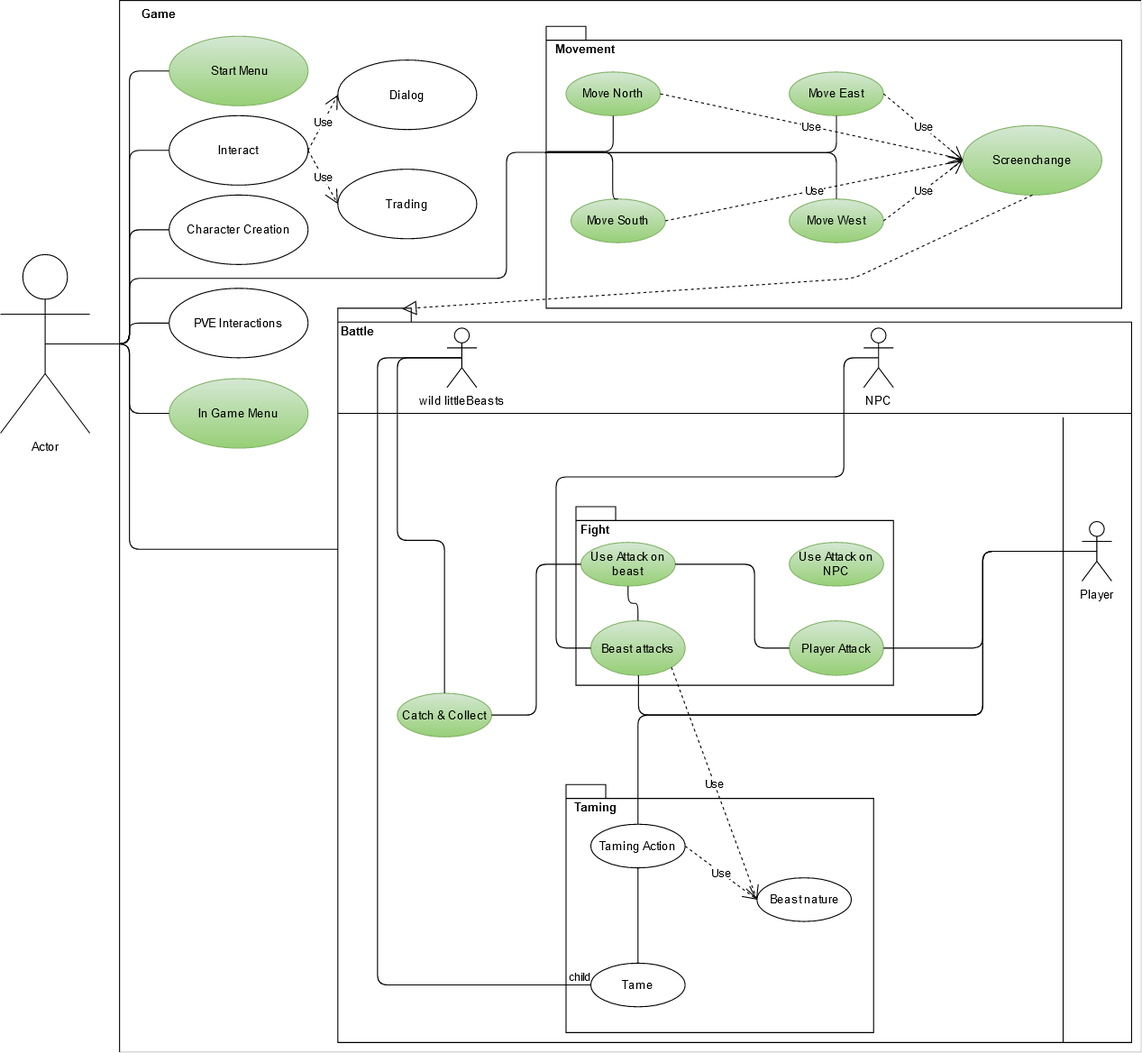
LittleBeasts/documentation keeps this draw.io diagram as useCases/diagrams/use_cases.png. Above is the earlier version. Source tidied: cells renumbered, new cells last; positions are measured from the earlier drawing's top-left corner, leaving out a move shared by most shapes.
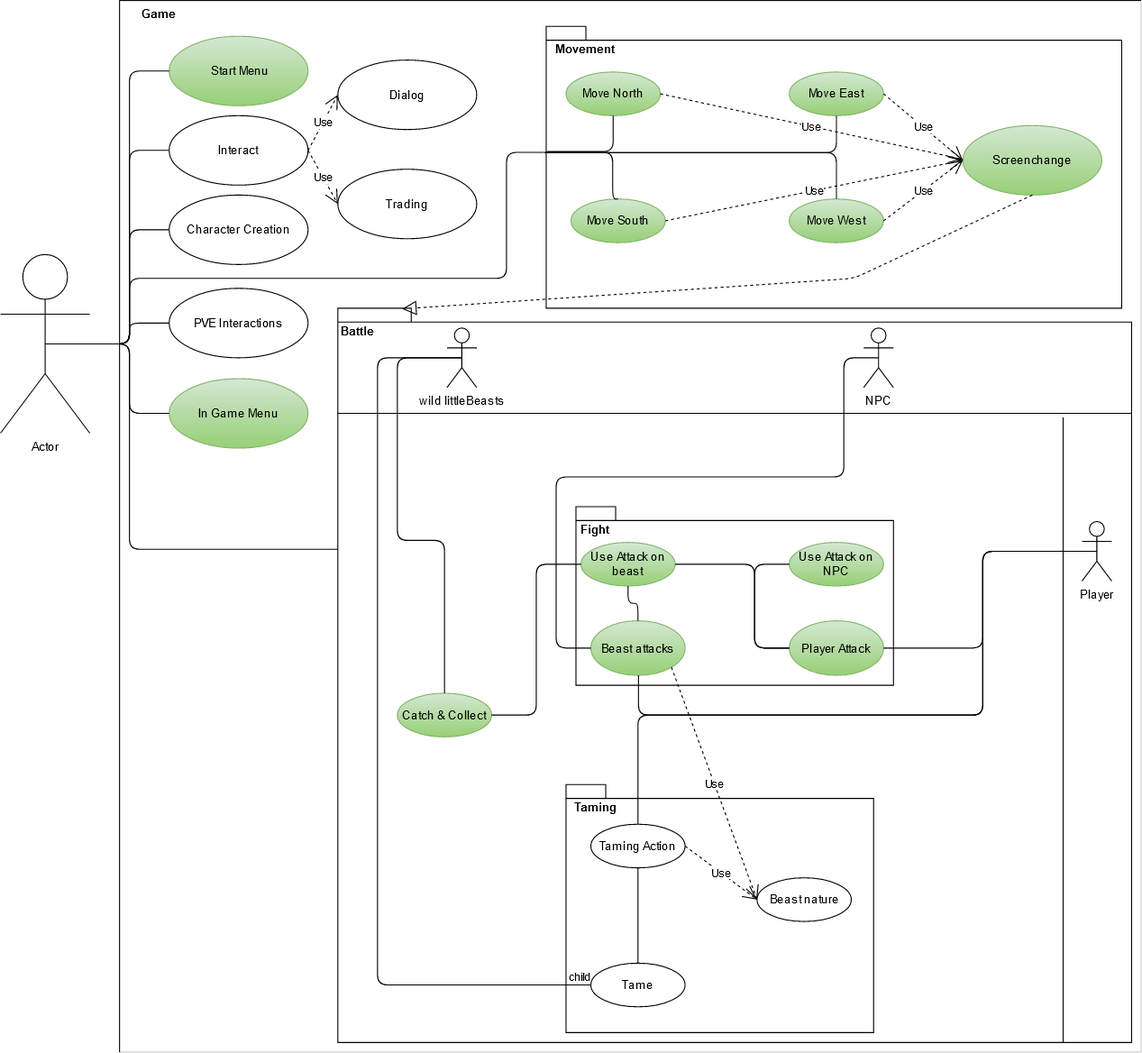
The same diagram one commit later.

Diff of the diagram source:
```diff
@@ -293,5 +293,13 @@
         </Array>
       </mxGeometry>
     </mxCell>
+    <mxCell id="70" style="endArrow=none;html=1;edgeStyle=orthogonalEdgeStyle;exitX=0;exitY=0.5;exitDx=0;exitDy=0;entryX=0;entryY=0.5;entryDx=0;entryDy=0;" parent="1" edge="1" source="29" target="27">
+      <mxGeometry relative="1" as="geometry">
+        <Array as="points">
+          <mxPoint x="760" y="653" />
+          <mxPoint x="760" y="568" />
+        </Array>
+      </mxGeometry>
+    </mxCell>
   </root>
 </mxGraphModel>
```
